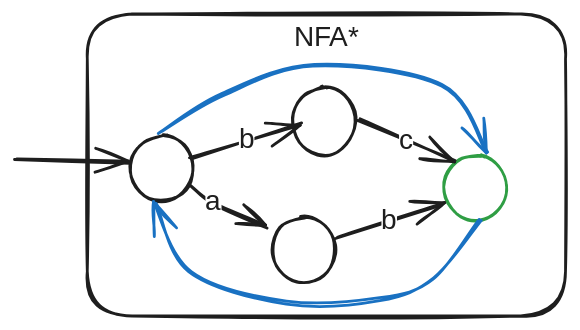
This is notes/media/closure-2.excalidraw.svg from vk-cs-foundations-fall-25/shared-notes, a Excalidraw export, as it was before one commit. Source tidied: one line per element, renumbered; positions are measured from the earlier drawing's top-left corner, leaving out a move shared by most shapes.
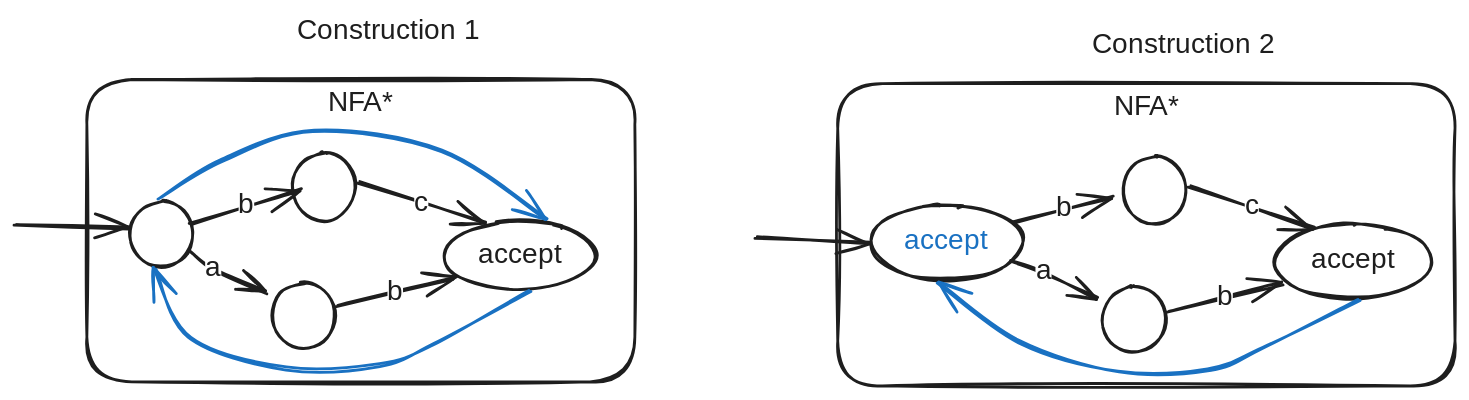
The same file after the commit.

Diff of the diagram source:
```diff
@@ -1,17 +1,38 @@
-{"id": 0, "type": "rectangle", "strokeColor": "#1e1e1e", "strokeWidth": 2, "roughness": 1, "round": true, "x": 51, "y": 0, "width": 342, "height": 216}
+{"id": 0, "type": "rectangle", "strokeColor": "#1e1e1e", "strokeWidth": 2, "roughness": 1, "round": true, "x": 51, "y": 0, "width": 391, "height": 216}
-{"id": 1, "type": "text", "text": "NFA*", "strokeColor": "#1e1e1e", "strokeWidth": 2, "roughness": 1, "fontSize": 20, "fontFamily": 5, "textAlign": "center", "inside": 0, "x": 198, "y": 5, "width": 47, "height": 25}
+{"id": 1, "type": "text", "text": "NFA*", "strokeColor": "#1e1e1e", "strokeWidth": 2, "roughness": 1, "fontSize": 20, "fontFamily": 5, "textAlign": "center", "inside": 0, "x": 223, "y": 5, "width": 47, "height": 25}
+{"id": 17, "type": "rectangle", "strokeColor": "#1e1e1e", "strokeWidth": 2, "roughness": 1, "round": true, "x": 588, "y": 3, "width": 441, "height": 216}
+{"id": 18, "type": "text", "text": "NFA*", "strokeColor": "#1e1e1e", "strokeWidth": 2, "roughness": 1, "fontSize": 20, "fontFamily": 5, "textAlign": "center", "inside": 17, "x": 784, "y": 8, "width": 47, "height": 25}
 {"id": 2, "type": "ellipse", "strokeColor": "#1e1e1e", "strokeWidth": 2, "roughness": 1, "round": true, "x": 82, "y": 87, "width": 45, "height": 47}
+{"id": 19, "type": "ellipse", "strokeColor": "#1e1e1e", "strokeWidth": 2, "roughness": 1, "round": true, "x": 611, "y": 89, "width": 110, "height": 53}
+{"id": 20, "type": "text", "text": "accept", "strokeColor": "#1971c2", "strokeWidth": 2, "roughness": 1, "fontSize": 20, "fontFamily": 5, "textAlign": "center", "verticalAlign": "middle", "inside": 19, "x": 633, "y": 103, "width": 64, "height": 25}
 {"id": 3, "type": "ellipse", "strokeColor": "#1e1e1e", "strokeWidth": 2, "roughness": 1, "round": true, "x": 198, "y": 52, "width": 45, "height": 49}
+{"id": 21, "type": "ellipse", "strokeColor": "#1e1e1e", "strokeWidth": 2, "roughness": 1, "round": true, "x": 791, "y": 54, "width": 45, "height": 49}
 {"id": 4, "type": "ellipse", "strokeColor": "#1e1e1e", "strokeWidth": 2, "roughness": 1, "round": true, "x": 184, "y": 145, "width": 45, "height": 47}
+{"id": 22, "type": "ellipse", "strokeColor": "#1e1e1e", "strokeWidth": 2, "roughness": 1, "round": true, "x": 777, "y": 148, "width": 45, "height": 47}
-{"id": 5, "type": "ellipse", "strokeColor": "#2f9e44", "strokeWidth": 2, "roughness": 1, "round": true, "x": 306, "y": 101, "width": 45, "height": 47}
+{"id": 5, "type": "ellipse", "strokeColor": "#1e1e1e", "strokeWidth": 2, "roughness": 1, "round": true, "x": 306, "y": 101, "width": 108, "height": 49}
+{"id": 23, "type": "text", "text": "accept", "strokeColor": "#1e1e1e", "strokeWidth": 2, "roughness": 1, "fontSize": 20, "fontFamily": 5, "textAlign": "center", "verticalAlign": "middle", "inside": 5, "x": 328, "y": 113, "width": 64, "height": 25}
+{"id": 24, "type": "ellipse", "strokeColor": "#1e1e1e", "strokeWidth": 2, "roughness": 1, "round": true, "x": 900, "y": 103, "width": 113, "height": 53}
+{"id": 25, "type": "text", "text": "accept", "strokeColor": "#1e1e1e", "strokeWidth": 2, "roughness": 1, "fontSize": 20, "fontFamily": 5, "textAlign": "center", "verticalAlign": "middle", "inside": 24, "x": 924, "y": 117, "width": 64, "height": 25}
 {"id": 6, "type": "arrow", "strokeColor": "#1e1e1e", "strokeWidth": 2, "roughness": 1, "endArrowhead": "arrow", "round": true, "to": 2, "x": 0, "y": 103, "width": 82, "height": 3, "points": [[0, 0], [82, 3]]}
+{"id": 26, "type": "arrow", "strokeColor": "#1e1e1e", "strokeWidth": 2, "roughness": 1, "endArrowhead": "arrow", "round": true, "x": 529, "y": 114, "width": 82, "height": 3, "points": [[0, 0], [82, 3]]}
 {"id": 7, "type": "arrow", "strokeColor": "#1e1e1e", "strokeWidth": 2, "roughness": 1, "endArrowhead": "arrow", "round": true, "from": 2, "to": 4, "x": 124, "y": 123, "width": 56, "height": 29, "points": [[0, 0], [17, 12], [56, 29]]}
 {"id": 8, "type": "text", "text": "a", "strokeColor": "#1e1e1e", "strokeWidth": 2, "roughness": 1, "fontSize": 20, "fontFamily": 5, "textAlign": "center", "verticalAlign": "middle", "inside": 7, "x": 141, "y": 120, "width": 12, "height": 25}
+{"id": 27, "type": "arrow", "strokeColor": "#1e1e1e", "strokeWidth": 2, "roughness": 1, "endArrowhead": "arrow", "round": true, "from": 19, "to": 22, "x": 713, "y": 130, "width": 61, "height": 25, "points": [[0, 0], [22, 7], [61, 25]]}
+{"id": 28, "type": "text", "text": "a", "strokeColor": "#1e1e1e", "strokeWidth": 2, "roughness": 1, "fontSize": 20, "fontFamily": 5, "textAlign": "center", "verticalAlign": "middle", "inside": 27, "x": 782, "y": 116, "width": 12, "height": 25}
-{"id": 9, "type": "arrow", "strokeColor": "#1e1e1e", "strokeWidth": 2, "roughness": 1, "endArrowhead": "arrow", "round": true, "from": 4, "to": 5, "x": 229, "y": 161, "width": 76, "height": 25, "points": [[0, 0], [76, -25]]}
+{"id": 9, "type": "arrow", "strokeColor": "#1e1e1e", "strokeWidth": 2, "roughness": 1, "endArrowhead": "arrow", "round": true, "from": 4, "to": 5, "x": 229, "y": 163, "width": 84, "height": 20, "points": [[0, 0], [84, -20]]}
 {"id": 10, "type": "text", "text": "b", "strokeColor": "#1e1e1e", "strokeWidth": 2, "roughness": 1, "fontSize": 20, "fontFamily": 5, "textAlign": "center", "verticalAlign": "middle", "inside": 9, "x": 258, "y": 154, "width": 11, "height": 25}
+{"id": 29, "type": "arrow", "strokeColor": "#1e1e1e", "strokeWidth": 2, "roughness": 1, "endArrowhead": "arrow", "round": true, "from": 22, "to": 24, "x": 823, "y": 166, "width": 83, "height": 19, "points": [[0, 0], [83, -19]]}
+{"id": 30, "type": "text", "text": "b", "strokeColor": "#1e1e1e", "strokeWidth": 2, "roughness": 1, "fontSize": 20, "fontFamily": 5, "textAlign": "center", "verticalAlign": "middle", "inside": 29, "x": 268, "y": 164, "width": 11, "height": 25}
 {"id": 11, "type": "arrow", "strokeColor": "#1e1e1e", "strokeWidth": 2, "roughness": 1, "endArrowhead": "arrow", "round": true, "from": 2, "to": 3, "x": 126, "y": 103, "width": 79, "height": 25, "points": [[0, 0], [79, -25]]}
 {"id": 12, "type": "text", "text": "b", "strokeColor": "#1e1e1e", "strokeWidth": 2, "roughness": 1, "fontSize": 20, "fontFamily": 5, "textAlign": "center", "verticalAlign": "middle", "inside": 11, "x": 160, "y": 78, "width": 11, "height": 25}
+{"id": 31, "type": "arrow", "strokeColor": "#1e1e1e", "strokeWidth": 2, "roughness": 1, "endArrowhead": "arrow", "round": true, "from": 19, "to": 21, "x": 714, "y": 102, "width": 71, "height": 19, "points": [[0, 0], [71, -19]]}
+{"id": 32, "type": "text", "text": "b", "strokeColor": "#1e1e1e", "strokeWidth": 2, "roughness": 1, "fontSize": 20, "fontFamily": 5, "textAlign": "center", "verticalAlign": "middle", "inside": 31, "x": 798, "y": 84, "width": 11, "height": 25}
-{"id": 13, "type": "arrow", "strokeColor": "#1e1e1e", "strokeWidth": 2, "roughness": 1, "endArrowhead": "arrow", "round": true, "from": 3, "to": 5, "x": 245, "y": 76, "width": 68, "height": 30, "points": [[0, 0], [68, 30]]}
+{"id": 13, "type": "arrow", "strokeColor": "#1e1e1e", "strokeWidth": 2, "roughness": 1, "endArrowhead": "arrow", "round": true, "from": 3, "to": 5, "x": 245, "y": 74, "width": 90, "height": 29, "points": [[0, 0], [90, 29]]}
 {"id": 14, "type": "text", "text": "c", "strokeColor": "#1e1e1e", "strokeWidth": 2, "roughness": 1, "fontSize": 20, "fontFamily": 5, "textAlign": "center", "verticalAlign": "middle", "inside": 13, "x": 271, "y": 99, "width": 10, "height": 25}
+{"id": 33, "type": "arrow", "strokeColor": "#1e1e1e", "strokeWidth": 2, "roughness": 1, "endArrowhead": "arrow", "round": true, "from": 21, "to": 24, "x": 838, "y": 77, "width": 90, "height": 29, "points": [[0, 0], [90, 29]]}
+{"id": 34, "type": "text", "text": "c", "strokeColor": "#1e1e1e", "strokeWidth": 2, "roughness": 1, "fontSize": 20, "fontFamily": 5, "textAlign": "center", "verticalAlign": "middle", "inside": 33, "x": 281, "y": 109, "width": 10, "height": 25}
-{"id": 15, "type": "arrow", "strokeColor": "#1971c2", "strokeWidth": 2, "roughness": 1, "endArrowhead": "arrow", "round": true, "from": 2, "to": 5, "x": 103, "y": 85, "width": 233, "height": 62, "points": [[0, 0], [44, -27], [111, -49], [203, -35], [233, 13]]}
+{"id": 15, "type": "arrow", "strokeColor": "#1971c2", "strokeWidth": 2, "roughness": 1, "endArrowhead": "arrow", "round": true, "from": 2, "to": 5, "x": 103, "y": 85, "width": 276, "height": 63, "points": [[0, 0], [44, -27], [111, -49], [203, -35], [276, 14]]}
-{"id": 16, "type": "arrow", "strokeColor": "#1971c2", "strokeWidth": 2, "roughness": 1, "endArrowhead": "arrow", "round": true, "from": 5, "to": 2, "x": 333, "y": 147, "width": 233, "height": 71, "points": [[0, 0], [-35, 43], [-74, 58], [-139, 60], [-209, 38], [-233, -11]]}
+{"id": 16, "type": "arrow", "strokeColor": "#1971c2", "strokeWidth": 2, "roughness": 1, "endArrowhead": "arrow", "round": true, "from": 5, "to": 2, "x": 369, "y": 151, "width": 268, "height": 71, "points": [[0, 0], [-71, 39], [-109, 54], [-175, 56], [-244, 34], [-268, -15]]}
+{"id": 35, "type": "arrow", "strokeColor": "#1971c2", "strokeWidth": 2, "roughness": 1, "endArrowhead": "arrow", "round": true, "from": 24, "to": 19, "x": 961, "y": 157, "width": 302, "height": 65, "points": [[0, 0], [-70, 35], [-108, 50], [-174, 52], [-244, 30], [-302, -12]]}
+{"id": 36, "type": "text", "text": "Construction 1", "strokeColor": "#1e1e1e", "strokeWidth": 2, "roughness": 1, "fontSize": 20, "fontFamily": 5, "x": 201, "y": -47, "width": 141, "height": 25}
+{"id": 37, "type": "text", "text": "Construction 2", "strokeColor": "#1e1e1e", "strokeWidth": 2, "roughness": 1, "fontSize": 20, "fontFamily": 5, "x": 769, "y": -37, "width": 147, "height": 25}
```
